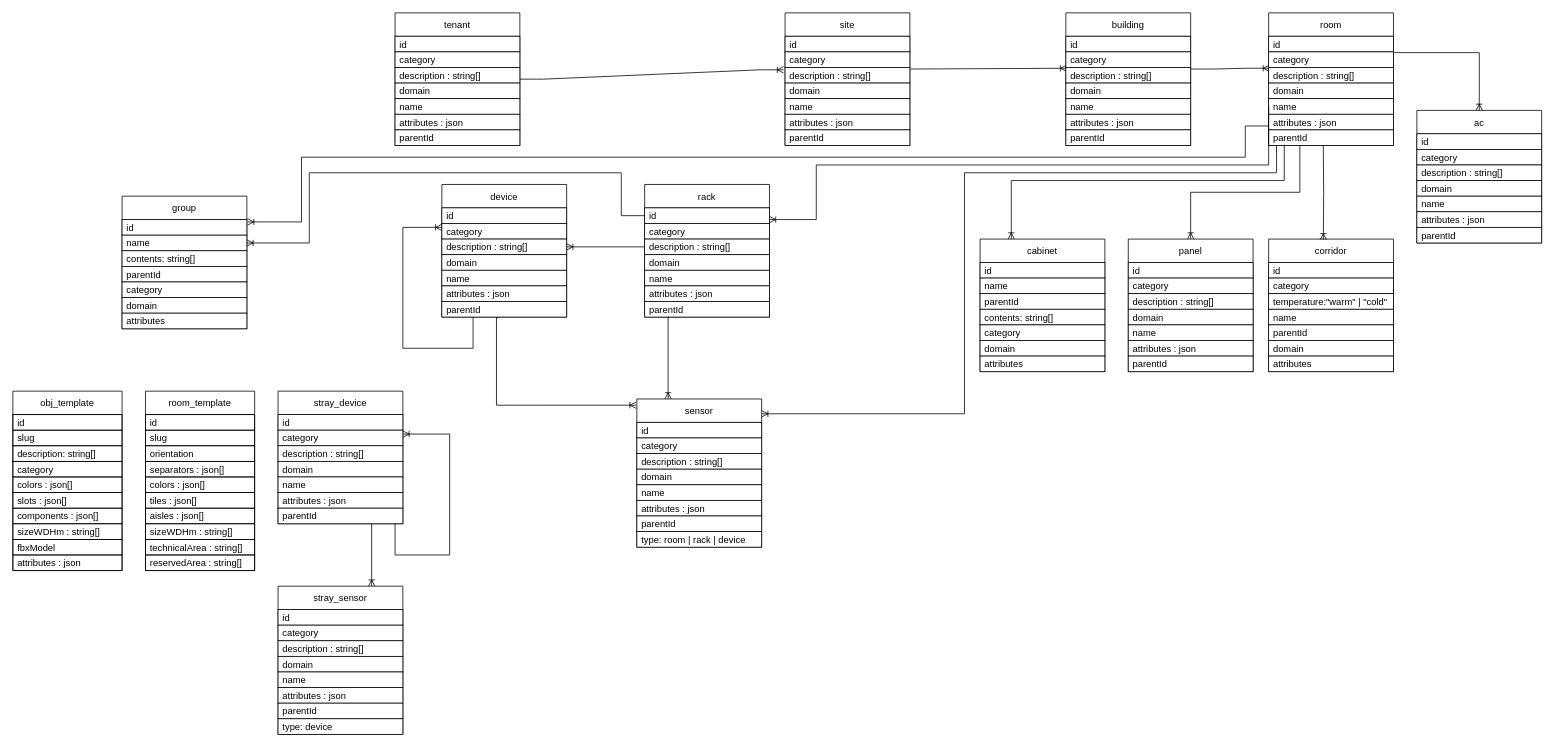
ditrit/OGrEE-Core keeps this draw.io diagram as resources/diagrams/DB.drawio. Above is the earlier version. Source tidied: cells renumbered, new cells numbered last; positions are measured from the earlier drawing's top-left corner, leaving out a move shared by most shapes. Both pictures are drawn from the tidied source at 78%, with x=0, y=0 at pixel (12, 12).
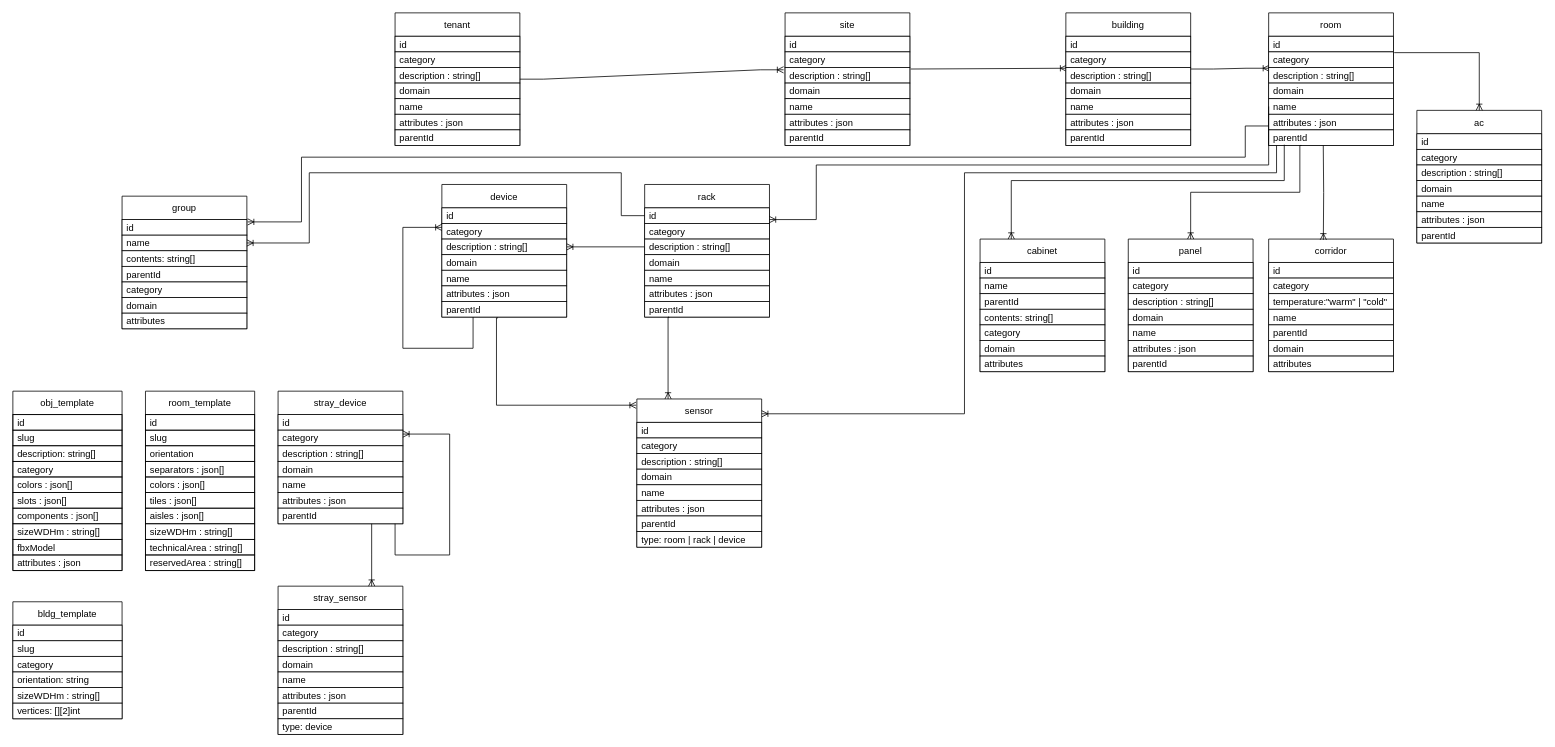
The same diagram, later.

Commit message (it also covers changes not shown here):
Added bldg-templates as a template object. Modified room-template orientation to allow for numerical values

Change to the diagram source:
```diff
@@
+    <mxCell id="165" value="bldg_template" style="swimlane;fontStyle=0;horizontal=1;startSize=30;fillColor=default;strokeColor=default;fontColor=default;" parent="1" vertex="1">
+      <mxGeometry y="755" width="140" height="150" as="geometry" />
+    </mxCell>
+    <mxCell id="166" value="id" style="text;strokeColor=default;fillColor=default;align=left;verticalAlign=middle;spacingLeft=4;spacingRight=4;overflow=hidden;fontColor=default;" parent="165" vertex="1">
+      <mxGeometry y="30" width="140" height="20" as="geometry" />
+    </mxCell>
+    <mxCell id="167" value="slug" style="text;strokeColor=default;fillColor=default;align=left;verticalAlign=middle;spacingLeft=4;spacingRight=4;overflow=hidden;fontColor=default;" parent="165" vertex="1">
+      <mxGeometry y="50" width="140" height="20" as="geometry" />
+    </mxCell>
+    <mxCell id="168" value="category" style="text;strokeColor=default;fillColor=default;align=left;verticalAlign=middle;spacingLeft=4;spacingRight=4;overflow=hidden;fontColor=default;" parent="165" vertex="1">
+      <mxGeometry y="70" width="140" height="20" as="geometry" />
+    </mxCell>
+    <mxCell id="169" value="orientation: string" style="text;strokeColor=default;fillColor=default;align=left;verticalAlign=middle;spacingLeft=4;spacingRight=4;overflow=hidden;fontColor=default;" parent="165" vertex="1">
+      <mxGeometry y="90" width="140" height="20" as="geometry" />
+    </mxCell>
+    <mxCell id="170" value="sizeWDHm : string[]" style="text;strokeColor=default;fillColor=default;align=left;verticalAlign=middle;spacingLeft=4;spacingRight=4;overflow=hidden;fontColor=default;" parent="165" vertex="1">
+      <mxGeometry y="110" width="140" height="20" as="geometry" />
+    </mxCell>
+    <mxCell id="171" value="vertices: [][2]int" style="text;strokeColor=default;fillColor=default;align=left;verticalAlign=middle;spacingLeft=4;spacingRight=4;overflow=hidden;fontColor=default;" parent="165" vertex="1">
+      <mxGeometry y="130" width="140" height="20" as="geometry" />
+    </mxCell>
```
